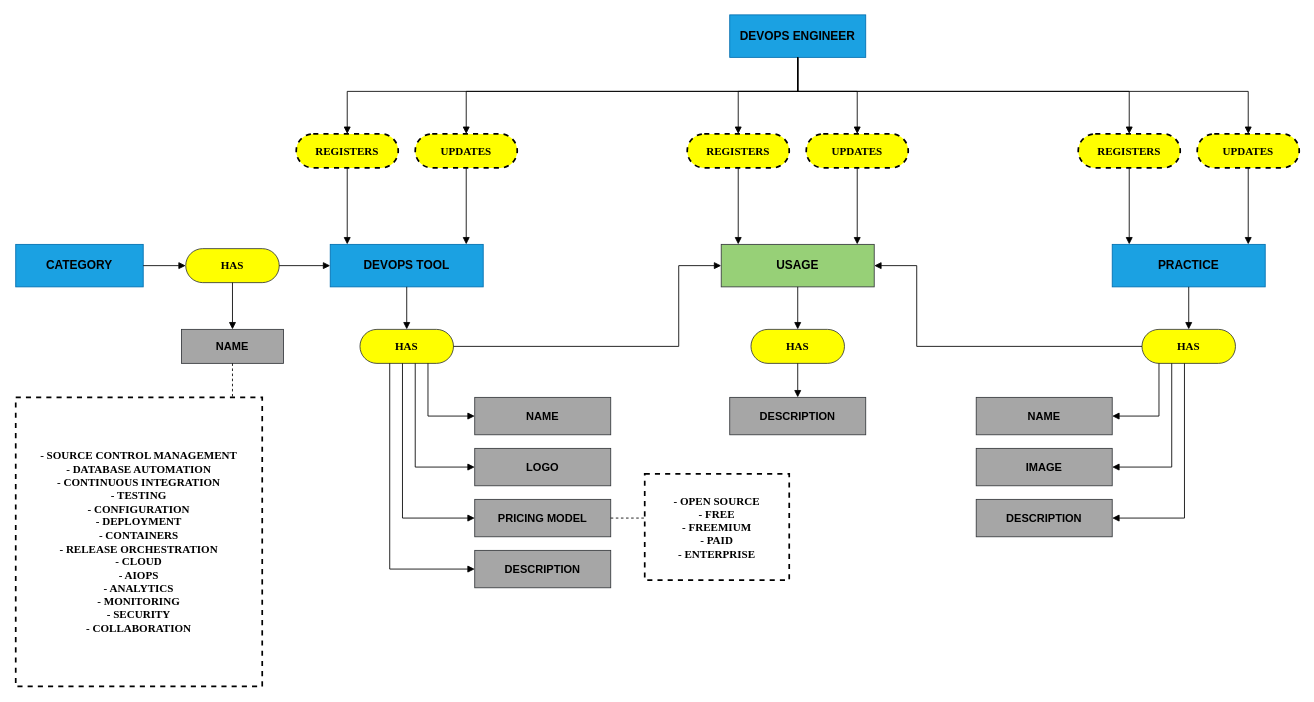
Before: docs/esquema-preconceptual.drawio in sromerop01/DevOpsTool, a draw.io diagram. Source tidied: cells renumbered, new cells numbered last; positions are measured from the earlier drawing's top-left corner, leaving out a move shared by most shapes. Both pictures are drawn from the tidied source at 85%, with x=0, y=0 at pixel (15, 14).
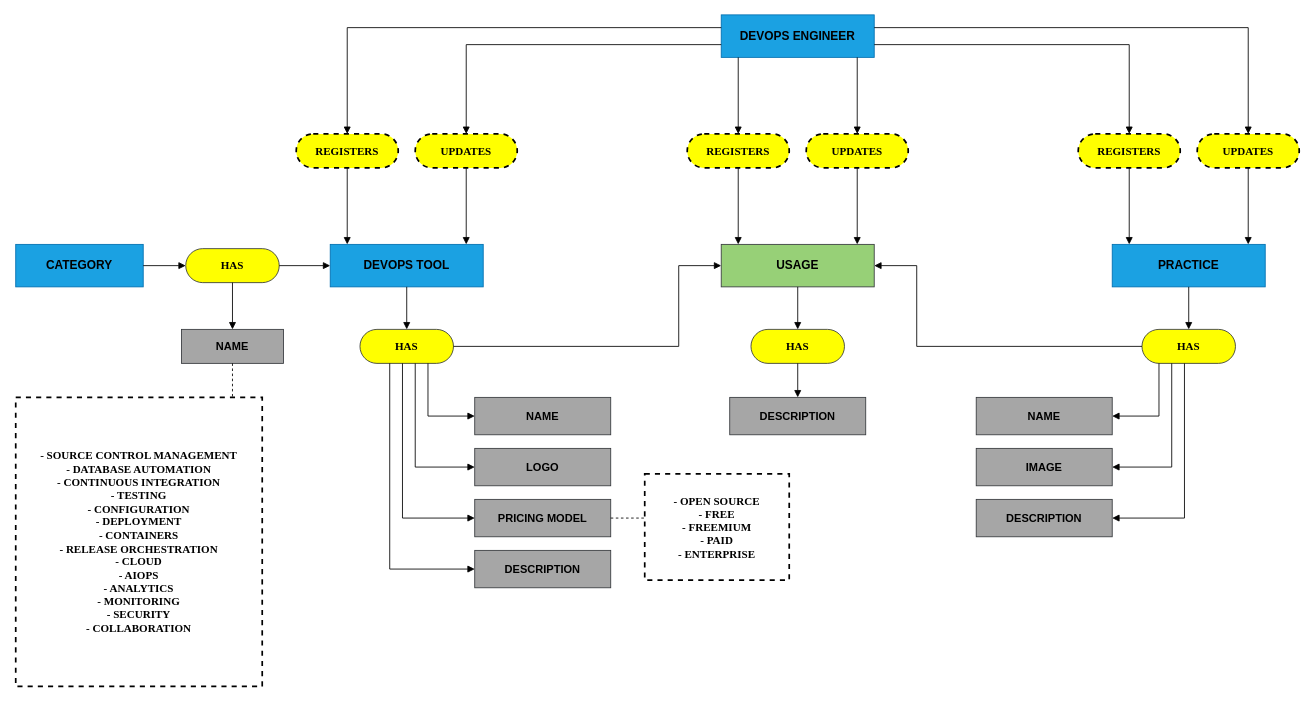
After the change.

Unchanged cells that the change refers to:
```xml
<mxCell id="3" value="REGISTERS" style="rounded=1;arcSize=50;whiteSpace=wrap;html=1;fillColor=#FFFF00;strokeColor=#000000;fontColor=#000000;fontStyle=1;fontSize=13;fontFamily=Times New Roman;dashed=1;strokeWidth=2;" parent="1" vertex="1">
  <mxGeometry x="330" y="140" width="120" height="40" as="geometry" />
</mxCell>
<mxCell id="4" value="UPDATES" style="rounded=1;arcSize=50;whiteSpace=wrap;html=1;fillColor=#FFFF00;strokeColor=#000000;fontColor=#000000;fontStyle=1;fontSize=13;fontFamily=Times New Roman;dashed=1;strokeWidth=2;" parent="1" vertex="1">
  <mxGeometry x="470" y="140" width="120" height="40" as="geometry" />
</mxCell>
<mxCell id="5" value="REGISTERS" style="rounded=1;arcSize=50;whiteSpace=wrap;html=1;fillColor=#FFFF00;strokeColor=#000000;fontColor=#000000;fontStyle=1;fontSize=13;fontFamily=Times New Roman;dashed=1;strokeWidth=2;" parent="1" vertex="1">
  <mxGeometry x="790" y="140" width="120" height="40" as="geometry" />
</mxCell>
<mxCell id="6" value="UPDATES" style="rounded=1;arcSize=50;whiteSpace=wrap;html=1;fillColor=#FFFF00;strokeColor=#000000;fontColor=#000000;fontStyle=1;fontSize=13;fontFamily=Times New Roman;dashed=1;strokeWidth=2;" parent="1" vertex="1">
  <mxGeometry x="930" y="140" width="120" height="40" as="geometry" />
</mxCell>
<mxCell id="7" value="REGISTERS" style="rounded=1;arcSize=50;whiteSpace=wrap;html=1;fillColor=#FFFF00;strokeColor=#000000;fontColor=#000000;fontStyle=1;fontSize=13;fontFamily=Times New Roman;dashed=1;strokeWidth=2;" parent="1" vertex="1">
  <mxGeometry x="1250" y="140" width="120" height="40" as="geometry" />
</mxCell>
<mxCell id="8" value="UPDATES" style="rounded=1;arcSize=50;whiteSpace=wrap;html=1;fillColor=#FFFF00;strokeColor=#000000;fontColor=#000000;fontStyle=1;fontSize=13;fontFamily=Times New Roman;dashed=1;strokeWidth=2;" parent="1" vertex="1">
  <mxGeometry x="1390" y="140" width="120" height="40" as="geometry" />
</mxCell>
```

What changed in the source:
```diff
@@
     <mxCell id="2" value="DEVOPS ENGINEER" style="rounded=0;whiteSpace=wrap;html=1;fillColor=#1BA1E2;strokeColor=#006EAF;fontColor=#000000;fontStyle=1;fontSize=14;fontFamily=Helvetica;" parent="1" vertex="1">
-      <mxGeometry x="840" width="160" height="50" as="geometry" />
+      <mxGeometry x="830" width="180" height="50" as="geometry" />
     </mxCell>
@@
-    <mxCell id="28" style="endArrow=block;endFill=1;html=1;rounded=0;strokeColor=#000000;exitX=0.5000;exitY=1.0000;exitDx=0;exitDy=0;entryX=0.5000;entryY=0.0000;entryDx=0;entryDy=0;" parent="1" edge="1" source="2" target="3">
+    <mxCell id="28" style="endArrow=block;endFill=1;html=1;rounded=0;strokeColor=#000000;exitX=0.0000;exitY=0.3000;exitDx=0;exitDy=0;entryX=0.5000;entryY=0.0000;entryDx=0;entryDy=0;" parent="1" edge="1" source="2" target="3">
       <mxGeometry relative="1" as="geometry">
         <Array as="points">
-          <mxPoint x="920" y="90" />
-          <mxPoint x="390" y="90" />
+          <mxPoint x="390" y="15" />
         </Array>
       </mxGeometry>
     </mxCell>
-    <mxCell id="29" style="endArrow=block;endFill=1;html=1;rounded=0;strokeColor=#000000;exitX=0.5000;exitY=1.0000;exitDx=0;exitDy=0;entryX=0.5000;entryY=0.0000;entryDx=0;entryDy=0;" parent="1" edge="1" source="2" target="4">
+    <mxCell id="29" style="endArrow=block;endFill=1;html=1;rounded=0;strokeColor=#000000;exitX=0.0000;exitY=0.7000;exitDx=0;exitDy=0;entryX=0.5000;entryY=0.0000;entryDx=0;entryDy=0;" parent="1" edge="1" source="2" target="4">
       <mxGeometry relative="1" as="geometry">
         <Array as="points">
-          <mxPoint x="920" y="90" />
-          <mxPoint x="530" y="90" />
+          <mxPoint x="530" y="35" />
         </Array>
       </mxGeometry>
     </mxCell>
-    <mxCell id="30" style="endArrow=block;endFill=1;html=1;rounded=0;strokeColor=#000000;exitX=0.5000;exitY=1.0000;exitDx=0;exitDy=0;entryX=0.5000;entryY=0.0000;entryDx=0;entryDy=0;" parent="1" edge="1" source="2" target="5">
-      <mxGeometry relative="1" as="geometry">
-        <Array as="points">
-          <mxPoint x="920" y="90" />
-          <mxPoint x="850" y="90" />
-        </Array>
-      </mxGeometry>
+    <mxCell id="30" style="endArrow=block;endFill=1;html=1;rounded=0;strokeColor=#000000;exitX=0.1111;exitY=1.0000;exitDx=0;exitDy=0;entryX=0.5000;entryY=0.0000;entryDx=0;entryDy=0;" parent="1" edge="1" source="2" target="5">
+      <mxGeometry relative="1" as="geometry" />
     </mxCell>
-    <mxCell id="31" style="endArrow=block;endFill=1;html=1;rounded=0;strokeColor=#000000;exitX=0.5000;exitY=1.0000;exitDx=0;exitDy=0;entryX=0.5000;entryY=0.0000;entryDx=0;entryDy=0;" parent="1" edge="1" source="2" target="6">
-      <mxGeometry relative="1" as="geometry">
-        <Array as="points">
-          <mxPoint x="920" y="90" />
-          <mxPoint x="990" y="90" />
-        </Array>
-      </mxGeometry>
+    <mxCell id="31" style="endArrow=block;endFill=1;html=1;rounded=0;strokeColor=#000000;exitX=0.8889;exitY=1.0000;exitDx=0;exitDy=0;entryX=0.5000;entryY=0.0000;entryDx=0;entryDy=0;" parent="1" edge="1" source="2" target="6">
+      <mxGeometry relative="1" as="geometry" />
     </mxCell>
-    <mxCell id="32" style="endArrow=block;endFill=1;html=1;rounded=0;strokeColor=#000000;exitX=0.5000;exitY=1.0000;exitDx=0;exitDy=0;entryX=0.5000;entryY=0.0000;entryDx=0;entryDy=0;" parent="1" edge="1" source="2" target="7">
+    <mxCell id="32" style="endArrow=block;endFill=1;html=1;rounded=0;strokeColor=#000000;exitX=1.0000;exitY=0.7000;exitDx=0;exitDy=0;entryX=0.5000;entryY=0.0000;entryDx=0;entryDy=0;" parent="1" edge="1" source="2" target="7">
       <mxGeometry relative="1" as="geometry">
         <Array as="points">
-          <mxPoint x="920" y="90" />
-          <mxPoint x="1310" y="90" />
+          <mxPoint x="1310" y="35" />
         </Array>
       </mxGeometry>
     </mxCell>
-    <mxCell id="33" style="endArrow=block;endFill=1;html=1;rounded=0;strokeColor=#000000;exitX=0.5000;exitY=1.0000;exitDx=0;exitDy=0;entryX=0.5000;entryY=0.0000;entryDx=0;entryDy=0;" parent="1" edge="1" source="2" target="8">
+    <mxCell id="33" style="endArrow=block;endFill=1;html=1;rounded=0;strokeColor=#000000;exitX=1.0000;exitY=0.3000;exitDx=0;exitDy=0;entryX=0.5000;entryY=0.0000;entryDx=0;entryDy=0;" parent="1" edge="1" source="2" target="8">
       <mxGeometry relative="1" as="geometry">
         <Array as="points">
-          <mxPoint x="920" y="90" />
-          <mxPoint x="1450" y="90" />
+          <mxPoint x="1450" y="15" />
         </Array>
       </mxGeometry>
     </mxCell>
```
